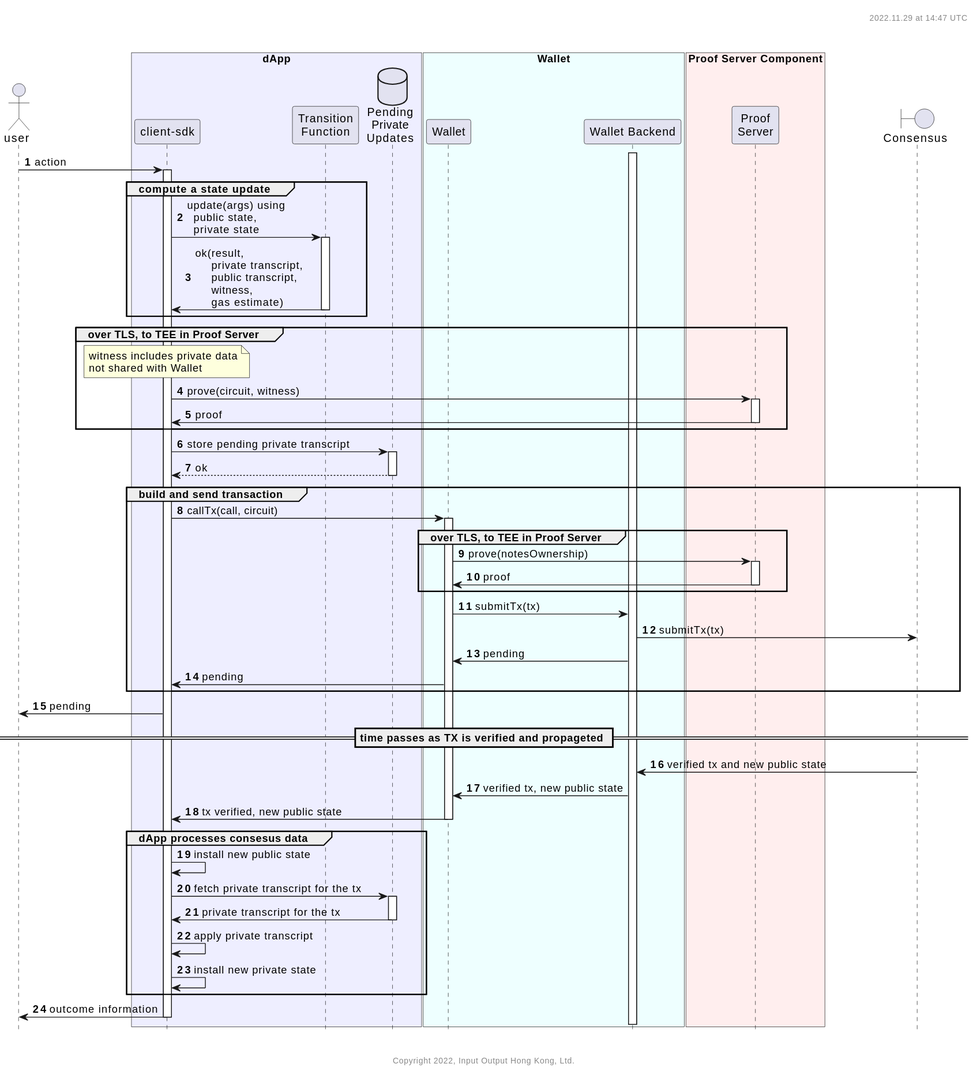
The PlantUML diagram user-flows/dapp-user/call-tx-extremely-simplified.svg in midnightntwrk/midnight-architecture, before a commit. Source of this version:
```plantuml
@startuml
autonumber
hide footbox

header %filename()\n%date("yyyy.MM.dd' at 'HH:mm z")\n\n\n

actor user

box "dApp" #eef
        participant "client-sdk" as clientSdk
        participant "Transition\nFunction" as gamma
        database "Pending\nPrivate\nUpdates" as pending
end box


box "Wallet" #eff
    participant "Wallet" as wallet
    participant "Wallet Backend" as walletBackend
end box
box "Proof Server Component" #fee
        participant "Proof\nServer" as proofServer
end box

boundary Consensus as consensus

        activate walletBackend

        user -> clientSdk : action

        activate clientSdk
        group compute a state update
                clientSdk -> gamma : update(args) using\n  public state,\n  private state
                activate gamma
                        gamma -> clientSdk : ok(result,\n     private transcript,\n     public transcript,\n     witness,\n     gas estimate)
                deactivate gamma
        end

        group over TLS, to TEE in Proof Server
                                note over clientSdk: witness includes private data\nnot shared with Wallet
                                clientSdk -> proofServer : prove(circuit, witness)
                                activate proofServer
                                        proofServer -> clientSdk : proof
                                deactivate proofServer
                        end

        clientSdk -> pending ++ : store pending private transcript
        return ok

        group build and send transaction
                clientSdk -> wallet : callTx(call, circuit)
                activate wallet
                group over TLS, to TEE in Proof Server
                        wallet -> proofServer : prove(notesOwnership)
                        activate proofServer
                                proofServer -> wallet : proof
                        deactivate proofServer
                end

                wallet -> walletBackend : submitTx(tx)
                walletBackend -> consensus : submitTx(tx)
                walletBackend -> wallet : pending
                wallet -> clientSdk : pending
        end

        clientSdk -> user: pending

        == time passes as TX is verified and propageted ==

        consensus -> walletBackend : verified tx and new public state
        walletBackend -> wallet : verified tx, new public state
        wallet -> clientSdk : tx verified, new public state

        deactivate wallet

        group dApp processes consesus data
                clientSdk -> clientSdk : install new public state
                clientSdk -> pending ++ : fetch private transcript for the tx
                pending -> clientSdk -- : private transcript for the tx
                clientSdk -> clientSdk : apply private transcript
                clientSdk -> clientSdk : install new private state
        end

        clientSdk -> user : outcome information
deactivate clientSdk


footer \n\n\nCopyright %date("yyyy"), Input Output Hong Kong, Ltd.

@enduml
```
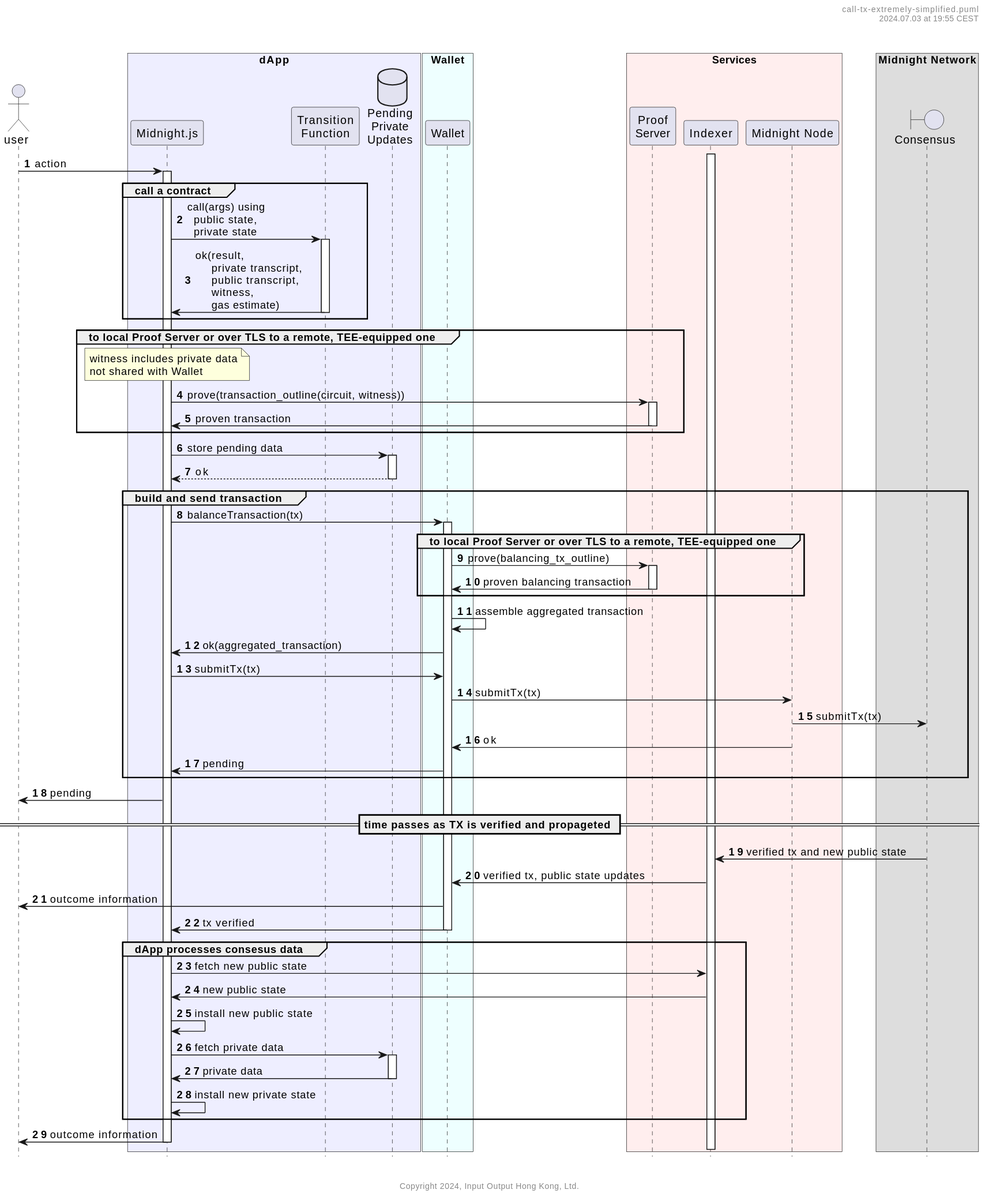
After the change.

Commit message:
Update simplified tx flow to be in-sync with the current design

Diff of the diagram source:
```diff
@@ -7,7 +7,7 @@
 actor user
 
 box "dApp" #eef
-        participant "client-sdk" as clientSdk
+        participant "Midnight.js" as midnightjs
         participant "Transition\nFunction" as gamma
         database "Pending\nPrivate\nUpdates" as pending
 end box
@@ -15,75 +15,87 @@
 
 box "Wallet" #eff
     participant "Wallet" as wallet
-    participant "Wallet Backend" as walletBackend
-end box
-box "Proof Server Component" #fee
-        participant "Proof\nServer" as proofServer
 end box
 
-boundary Consensus as consensus
+box "Services" #fee
+        participant "Proof\nServer" as proofServer
 
-        activate walletBackend
+        participant "Indexer" as indexer
 
-        user -> clientSdk : action
+        participant "Midnight Node" as node
+end box
 
-        activate clientSdk
-        group compute a state update
-                clientSdk -> gamma : update(args) using\n  public state,\n  private state
+box "Midnight Network"
+  boundary Consensus as consensus
+end box
+
+        activate indexer
+
+        user -> midnightjs : action
+
+        activate midnightjs
+        group call a contract
+                midnightjs -> gamma : call(args) using\n  public state,\n  private state
                 activate gamma
-                        gamma -> clientSdk : ok(result,\n     private transcript,\n     public transcript,\n     witness,\n     gas estimate)
+                        gamma -> midnightjs : ok(result,\n     private transcript,\n     public transcript,\n     witness,\n     gas estimate)
                 deactivate gamma
         end
 
-        group over TLS, to TEE in Proof Server
-                                note over clientSdk: witness includes private data\nnot shared with Wallet
-                                clientSdk -> proofServer : prove(circuit, witness)
+        group to local Proof Server or over TLS to a remote, TEE-equipped one
+                                note over midnightjs: witness includes private data\nnot shared with Wallet
+                                midnightjs -> proofServer : prove(transaction_outline(circuit, witness))
                                 activate proofServer
-                                        proofServer -> clientSdk : proof
+                                        proofServer -> midnightjs : proven transaction
                                 deactivate proofServer
                         end
 
-        clientSdk -> pending ++ : store pending private transcript
+        midnightjs -> pending ++ : store pending data
         return ok
 
+
         group build and send transaction
-                clientSdk -> wallet : callTx(call, circuit)
+                midnightjs -> wallet : balanceTransaction(tx)
                 activate wallet
-                group over TLS, to TEE in Proof Server
-                        wallet -> proofServer : prove(notesOwnership)
+                group to local Proof Server or over TLS to a remote, TEE-equipped one
+                        wallet -> proofServer : prove(balancing_tx_outline)
                         activate proofServer
-                                proofServer -> wallet : proof
+                                proofServer -> wallet : proven balancing transaction
                         deactivate proofServer
                 end
 
-                wallet -> walletBackend : submitTx(tx)
-                walletBackend -> consensus : submitTx(tx)
-                walletBackend -> wallet : pending
-                wallet -> clientSdk : pending
+                wallet -> wallet : assemble aggregated transaction
+                wallet -> midnightjs : ok(aggregated_transaction)
+
+                midnightjs -> wallet : submitTx(tx)
+                wallet -> node : submitTx(tx)
+                node -> consensus : submitTx(tx)
+                node -> wallet : ok
+                wallet -> midnightjs : pending
         end
 
-        clientSdk -> user: pending
+        midnightjs -> user: pending
 
         == time passes as TX is verified and propageted ==
 
-        consensus -> walletBackend : verified tx and new public state
-        walletBackend -> wallet : verified tx, new public state
-        wallet -> clientSdk : tx verified, new public state
+        consensus -> indexer : verified tx and new public state
+        indexer -> wallet : verified tx, public state updates
+        wallet -> user : outcome information
+        wallet -> midnightjs : tx verified
 
         deactivate wallet
 
         group dApp processes consesus data
-                clientSdk -> clientSdk : install new public state
-                clientSdk -> pending ++ : fetch private transcript for the tx
-                pending -> clientSdk -- : private transcript for the tx
-                clientSdk -> clientSdk : apply private transcript
-                clientSdk -> clientSdk : install new private state
+                midnightjs -> indexer : fetch new public state
+                indexer -> midnightjs : new public state
+                midnightjs -> midnightjs : install new public state
+                midnightjs -> pending ++ : fetch private data
+                pending -> midnightjs -- : private data
+                midnightjs -> midnightjs : install new private state
         end
 
-        clientSdk -> user : outcome information
-deactivate clientSdk
+        midnightjs -> user : outcome information
+deactivate midnightjs
 
 
 footer \n\n\nCopyright %date("yyyy"), Input Output Hong Kong, Ltd.
-
 @enduml
```
